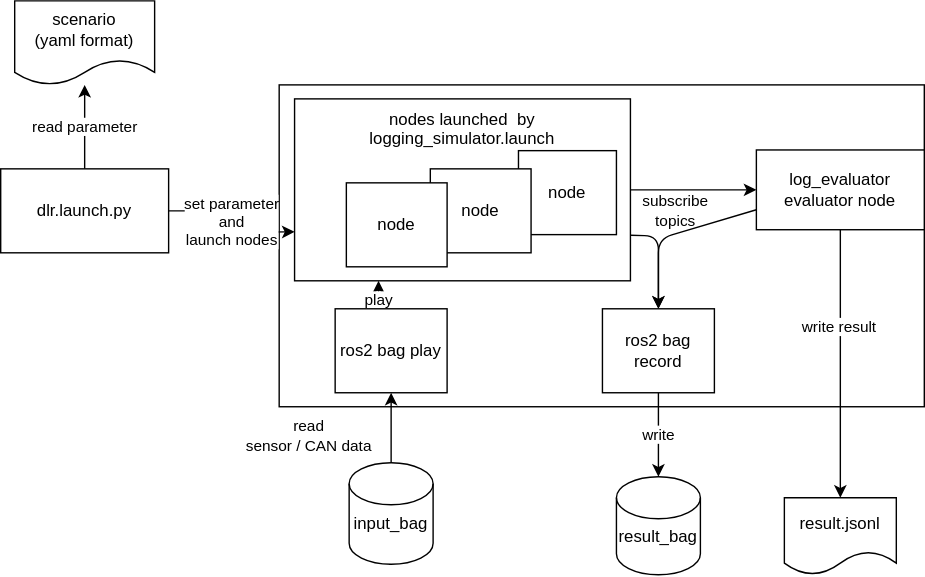
This is docs/overview/images/overview.drawio.svg from tier4/driving_log_replayer, a draw.io export, as it was before one commit. Source tidied: cells renumbered, new cells last; positions are measured from the earlier drawing's top-left corner, leaving out a move shared by most shapes.
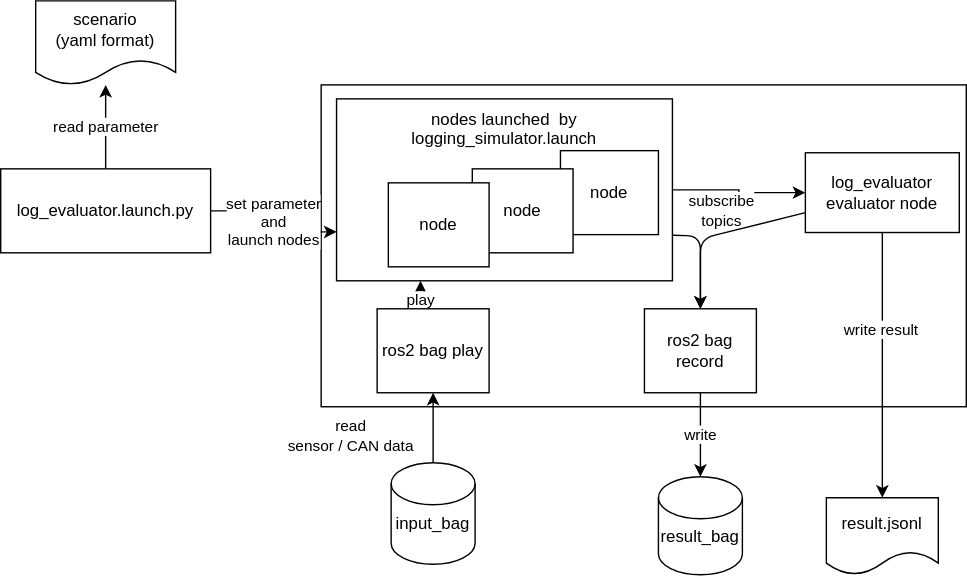
The same file after the commit.

The edit, as a diff of the source:
```diff
@@ -29,8 +29,8 @@
     <mxCell id="8" value="read parameter" style="edgeStyle=orthogonalEdgeStyle;rounded=0;jettySize=auto;html=1;" parent="1" edge="1" source="9" target="18">
       <mxGeometry relative="1" as="geometry" />
     </mxCell>
-    <mxCell id="9" value="dlr.launch.py" style="rounded=0;whiteSpace=wrap;html=1;" parent="1" vertex="1">
-      <mxGeometry y="120" width="120" height="60" as="geometry" />
+    <mxCell id="9" value="log_evaluator.launch.py" style="rounded=0;whiteSpace=wrap;html=1;" parent="1" vertex="1">
+      <mxGeometry x="-30" y="120" width="150" height="60" as="geometry" />
     </mxCell>
     <mxCell id="10" value="read&lt;br&gt;sensor / CAN data" style="edgeStyle=orthogonalEdgeStyle;rounded=0;jettySize=auto;html=1;exitX=0.5;exitY=1;exitDx=0;exitDy=0;startArrow=none;" parent="1" edge="1" source="25">
       <mxGeometry x="1" y="99" relative="1" as="geometry">
@@ -60,7 +60,7 @@
       <mxGeometry x="247" y="130" width="72" height="60" as="geometry" />
     </mxCell>
     <mxCell id="18" value="scenario&lt;br&gt;(yaml format)" style="shape=document;whiteSpace=wrap;html=1;boundedLbl=1;" parent="1" vertex="1">
-      <mxGeometry x="10" width="100" height="60" as="geometry" />
+      <mxGeometry x="-5" width="100" height="60" as="geometry" />
     </mxCell>
     <mxCell id="19" value="result.jsonl" style="shape=document;whiteSpace=wrap;html=1;boundedLbl=1;" parent="1" vertex="1">
       <mxGeometry x="560" y="355" width="80" height="55" as="geometry" />
@@ -78,8 +78,8 @@
         </Array>
       </mxGeometry>
     </mxCell>
-    <mxCell id="23" value="driving_log_replayer&lt;br&gt;evaluator node" style="rounded=0;whiteSpace=wrap;html=1;" parent="1" vertex="1">
-      <mxGeometry x="540" y="106.5" width="120" height="57" as="geometry" />
+    <mxCell id="23" value="log_evaluator&lt;br&gt;evaluator node" style="rounded=0;whiteSpace=wrap;html=1;" parent="1" vertex="1">
+      <mxGeometry x="545" y="108.5" width="110" height="57" as="geometry" />
     </mxCell>
     <mxCell id="24" style="edgeStyle=none;html=1;" parent="1" edge="1" source="25" target="12">
       <mxGeometry relative="1" as="geometry" />
```
